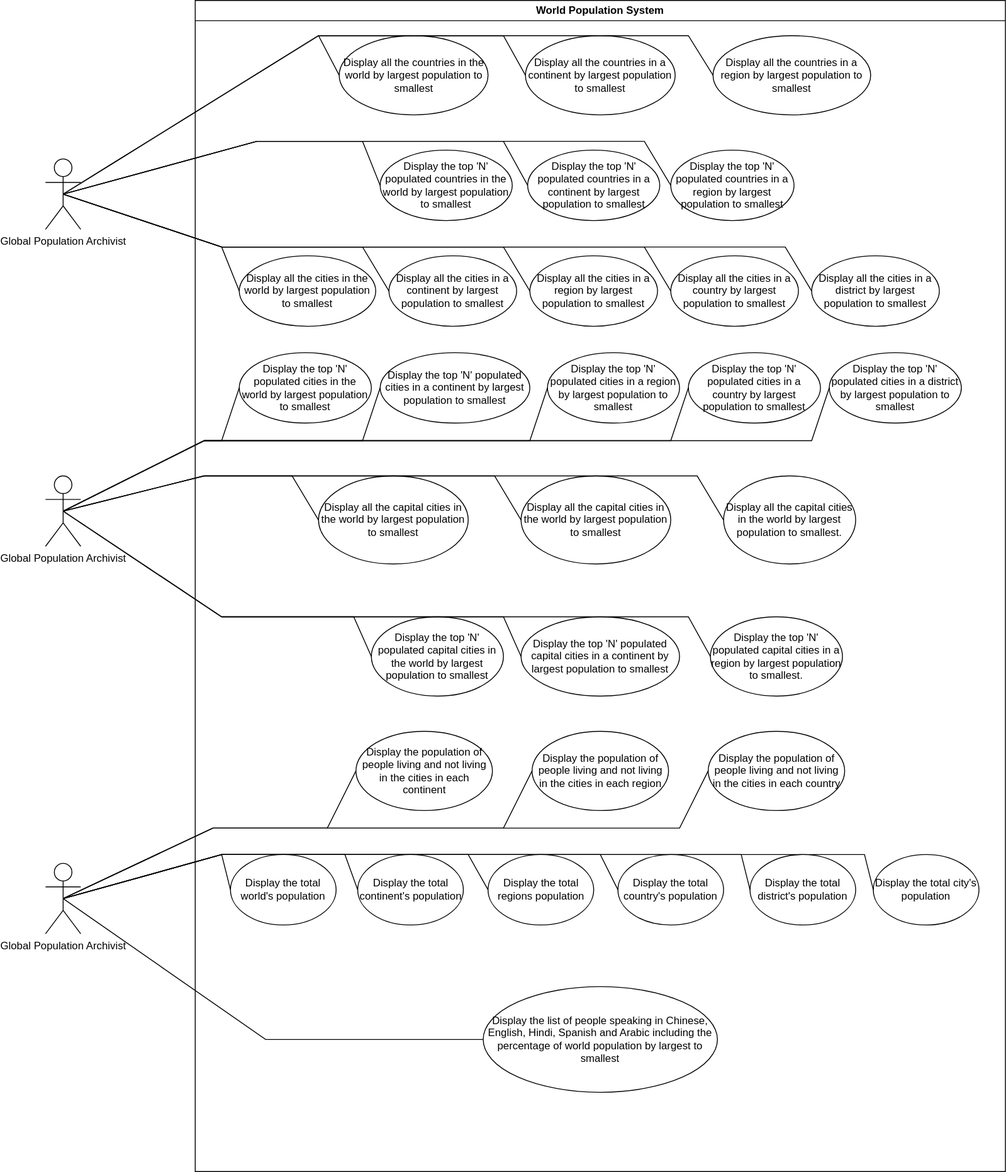
The draw.io diagram use-cases/Global Population System.svg in Cham-Myae-40614796/Coursework-group2, before a commit. Source tidied: cells renumbered, new cells last; positions are measured from the earlier drawing's top-left corner, leaving out a move shared by most shapes.
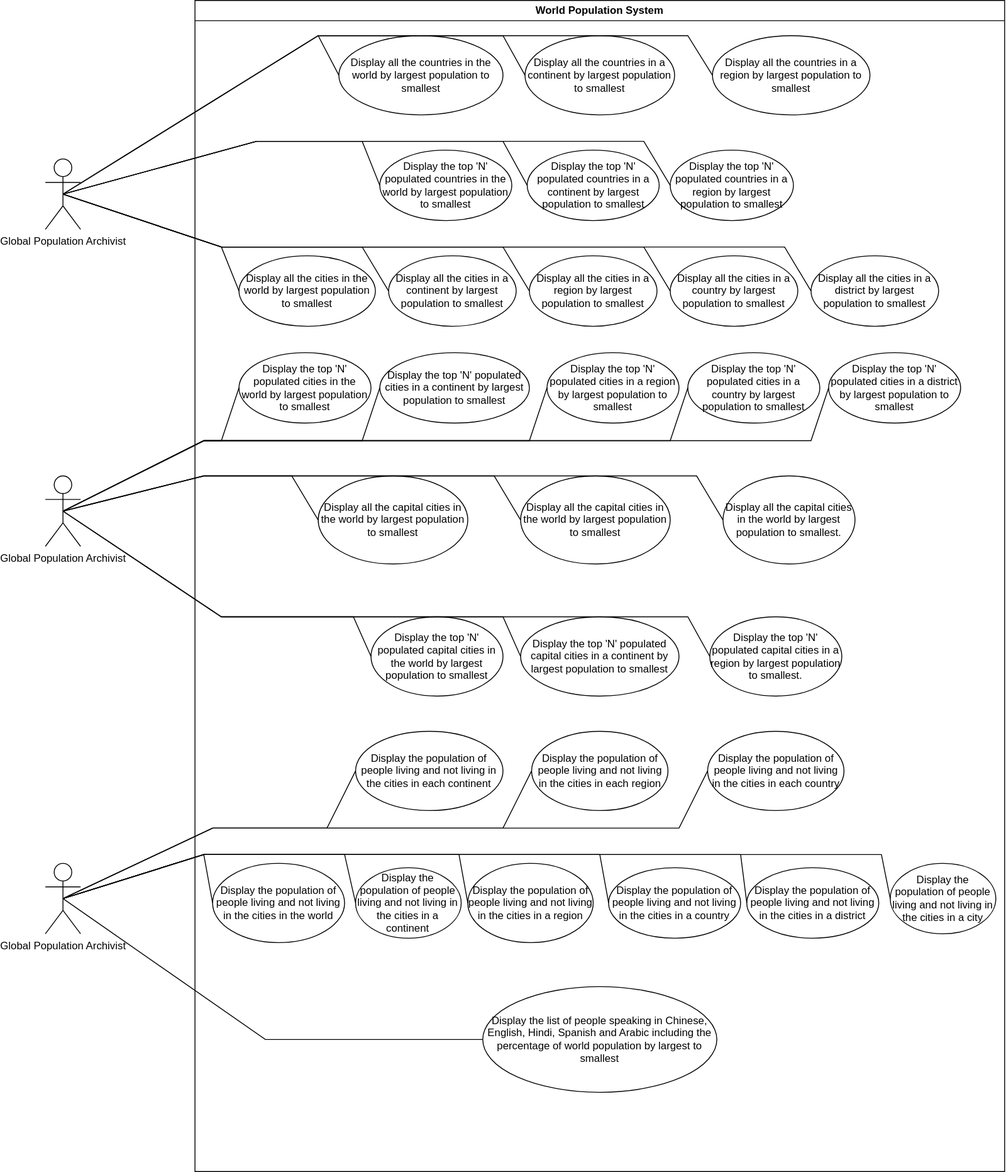
After the change.

What changed in the source:
```diff
@@ -6,7 +6,7 @@
       <mxGeometry x="170" width="920" height="1330" as="geometry" />
     </mxCell>
     <mxCell id="3" value="Display all the countries in the world by largest population to smallest" style="ellipse;whiteSpace=wrap;html=1;" parent="2" vertex="1">
-      <mxGeometry x="163.5" y="40" width="169" height="90" as="geometry" />
+      <mxGeometry x="163.5" y="40" width="186.5" height="90" as="geometry" />
     </mxCell>
     <mxCell id="4" value="Display all the countries in a continent by largest population to smallest" style="ellipse;whiteSpace=wrap;html=1;" parent="2" vertex="1">
       <mxGeometry x="375" y="40" width="170" height="90" as="geometry" />
@@ -69,7 +69,7 @@
       <mxGeometry x="585" y="700" width="150" height="90" as="geometry" />
     </mxCell>
     <mxCell id="24" value="Display the population of people living and not living in the cities in each continent" style="ellipse;whiteSpace=wrap;html=1;" parent="2" vertex="1">
-      <mxGeometry x="182.5" y="830" width="155" height="90" as="geometry" />
+      <mxGeometry x="182.5" y="830" width="167.5" height="90" as="geometry" />
     </mxCell>
     <mxCell id="25" value="Display the population of people living and not living in the cities in each region" style="ellipse;whiteSpace=wrap;html=1;" parent="2" vertex="1">
       <mxGeometry x="382.5" y="830" width="155" height="90" as="geometry" />
@@ -77,23 +77,23 @@
     <mxCell id="26" value="Display the population of people living and not living in the cities in each country" style="ellipse;whiteSpace=wrap;html=1;" parent="2" vertex="1">
       <mxGeometry x="582.5" y="830" width="155" height="90" as="geometry" />
     </mxCell>
-    <mxCell id="27" value="Display the total world's population" style="ellipse;whiteSpace=wrap;html=1;" parent="2" vertex="1">
-      <mxGeometry x="40" y="970" width="120" height="80" as="geometry" />
+    <mxCell id="27" value="Display the population of people living and not living in the cities in the world" style="ellipse;whiteSpace=wrap;html=1;" parent="2" vertex="1">
+      <mxGeometry x="20" y="980" width="150" height="90" as="geometry" />
     </mxCell>
-    <mxCell id="28" value="Display the total continent's population" style="ellipse;whiteSpace=wrap;html=1;" parent="2" vertex="1">
-      <mxGeometry x="184.5" y="970" width="120" height="80" as="geometry" />
+    <mxCell id="28" value="Display the population of people living and not living in the cities in a continent" style="ellipse;whiteSpace=wrap;html=1;" parent="2" vertex="1">
+      <mxGeometry x="182.5" y="985" width="120" height="80" as="geometry" />
     </mxCell>
-    <mxCell id="29" value="Display the total regions population" style="ellipse;whiteSpace=wrap;html=1;" parent="2" vertex="1">
-      <mxGeometry x="332.5" y="970" width="120" height="80" as="geometry" />
+    <mxCell id="29" value="Display the population of people living and not living in the cities in a region" style="ellipse;whiteSpace=wrap;html=1;" parent="2" vertex="1">
+      <mxGeometry x="310" y="980" width="142.5" height="90" as="geometry" />
     </mxCell>
-    <mxCell id="30" value="Display the total country's population" style="ellipse;whiteSpace=wrap;html=1;" parent="2" vertex="1">
-      <mxGeometry x="480" y="970" width="120" height="80" as="geometry" />
+    <mxCell id="30" value="Display the population of people living and not living in the cities in a country" style="ellipse;whiteSpace=wrap;html=1;" parent="2" vertex="1">
+      <mxGeometry x="470" y="985" width="150" height="80" as="geometry" />
     </mxCell>
-    <mxCell id="31" value="Display the total district's population" style="ellipse;whiteSpace=wrap;html=1;" parent="2" vertex="1">
-      <mxGeometry x="630" y="970" width="120" height="80" as="geometry" />
+    <mxCell id="31" value="Display the population of people living and not living in the cities in a district" style="ellipse;whiteSpace=wrap;html=1;" parent="2" vertex="1">
+      <mxGeometry x="627" y="985" width="150" height="80" as="geometry" />
     </mxCell>
-    <mxCell id="32" value="Display the total city's population" style="ellipse;whiteSpace=wrap;html=1;" parent="2" vertex="1">
-      <mxGeometry x="770" y="970" width="120" height="80" as="geometry" />
+    <mxCell id="32" value="Display the population of people living and not living in the cities in a city" style="ellipse;whiteSpace=wrap;html=1;" parent="2" vertex="1">
+      <mxGeometry x="790" y="980" width="120" height="80" as="geometry" />
     </mxCell>
     <mxCell id="33" value="Display the list of people speaking in Chinese, English, Hindi, Spanish and Arabic including the percentage of world population by largest to smallest" style="ellipse;whiteSpace=wrap;html=1;" parent="2" vertex="1">
       <mxGeometry x="327" y="1120" width="266" height="120" as="geometry" />
@@ -311,17 +311,17 @@
         </Array>
       </mxGeometry>
     </mxCell>
-    <mxCell id="63" style="endArrow=none;html=1;rounded=0;exitX=0.5;exitY=0.5;exitDx=0;exitDy=0;exitPerimeter=0;entryX=0;entryY=0.5;entryDx=0;entryDy=0;endFill=0;" parent="1" edge="1" source="48" target="27">
+    <mxCell id="63" style="endArrow=none;html=1;rounded=0;exitX=0.5;exitY=0.5;exitDx=0;exitDy=0;exitPerimeter=0;endFill=0;entryX=0;entryY=0.5;entryDx=0;entryDy=0;" parent="1" edge="1" source="48" target="27">
       <mxGeometry relative="1" as="geometry">
         <Array as="points">
-          <mxPoint x="200" y="970" />
+          <mxPoint x="180" y="970" />
         </Array>
       </mxGeometry>
     </mxCell>
     <mxCell id="64" style="endArrow=none;html=1;rounded=0;exitX=0.5;exitY=0.5;exitDx=0;exitDy=0;exitPerimeter=0;entryX=0;entryY=0.5;entryDx=0;entryDy=0;endFill=0;" parent="1" edge="1" source="48" target="28">
       <mxGeometry relative="1" as="geometry">
         <Array as="points">
-          <mxPoint x="200" y="970" />
+          <mxPoint x="180" y="970" />
           <mxPoint x="340" y="970" />
         </Array>
       </mxGeometry>
@@ -329,15 +329,15 @@
     <mxCell id="65" style="endArrow=none;html=1;rounded=0;exitX=0.5;exitY=0.5;exitDx=0;exitDy=0;exitPerimeter=0;entryX=0;entryY=0.5;entryDx=0;entryDy=0;endFill=0;" parent="1" edge="1" source="48" target="29">
       <mxGeometry relative="1" as="geometry">
         <Array as="points">
-          <mxPoint x="200" y="970" />
-          <mxPoint x="480" y="970" />
+          <mxPoint x="180" y="970" />
+          <mxPoint x="470" y="970" />
         </Array>
       </mxGeometry>
     </mxCell>
     <mxCell id="66" style="endArrow=none;html=1;rounded=0;entryX=0;entryY=0.5;entryDx=0;entryDy=0;endFill=0;" parent="1" edge="1" source="48" target="30">
       <mxGeometry relative="1" as="geometry">
         <Array as="points">
-          <mxPoint x="200" y="970" />
+          <mxPoint x="180" y="970" />
           <mxPoint x="630" y="970" />
         </Array>
       </mxGeometry>
@@ -345,7 +345,7 @@
     <mxCell id="67" style="endArrow=none;html=1;rounded=0;exitX=0.5;exitY=0.5;exitDx=0;exitDy=0;exitPerimeter=0;entryX=0;entryY=0.5;entryDx=0;entryDy=0;endFill=0;" parent="1" edge="1" source="48" target="31">
       <mxGeometry relative="1" as="geometry">
         <Array as="points">
-          <mxPoint x="200" y="970" />
+          <mxPoint x="180" y="970" />
           <mxPoint x="790" y="970" />
         </Array>
       </mxGeometry>
@@ -353,8 +353,8 @@
     <mxCell id="68" style="endArrow=none;html=1;rounded=0;exitX=0.5;exitY=0.5;exitDx=0;exitDy=0;exitPerimeter=0;entryX=0;entryY=0.5;entryDx=0;entryDy=0;endFill=0;" parent="1" edge="1" source="48" target="32">
       <mxGeometry relative="1" as="geometry">
         <Array as="points">
-          <mxPoint x="200" y="970" />
-          <mxPoint x="930" y="970" />
+          <mxPoint x="180" y="970" />
+          <mxPoint x="950" y="970" />
         </Array>
       </mxGeometry>
     </mxCell>
```
